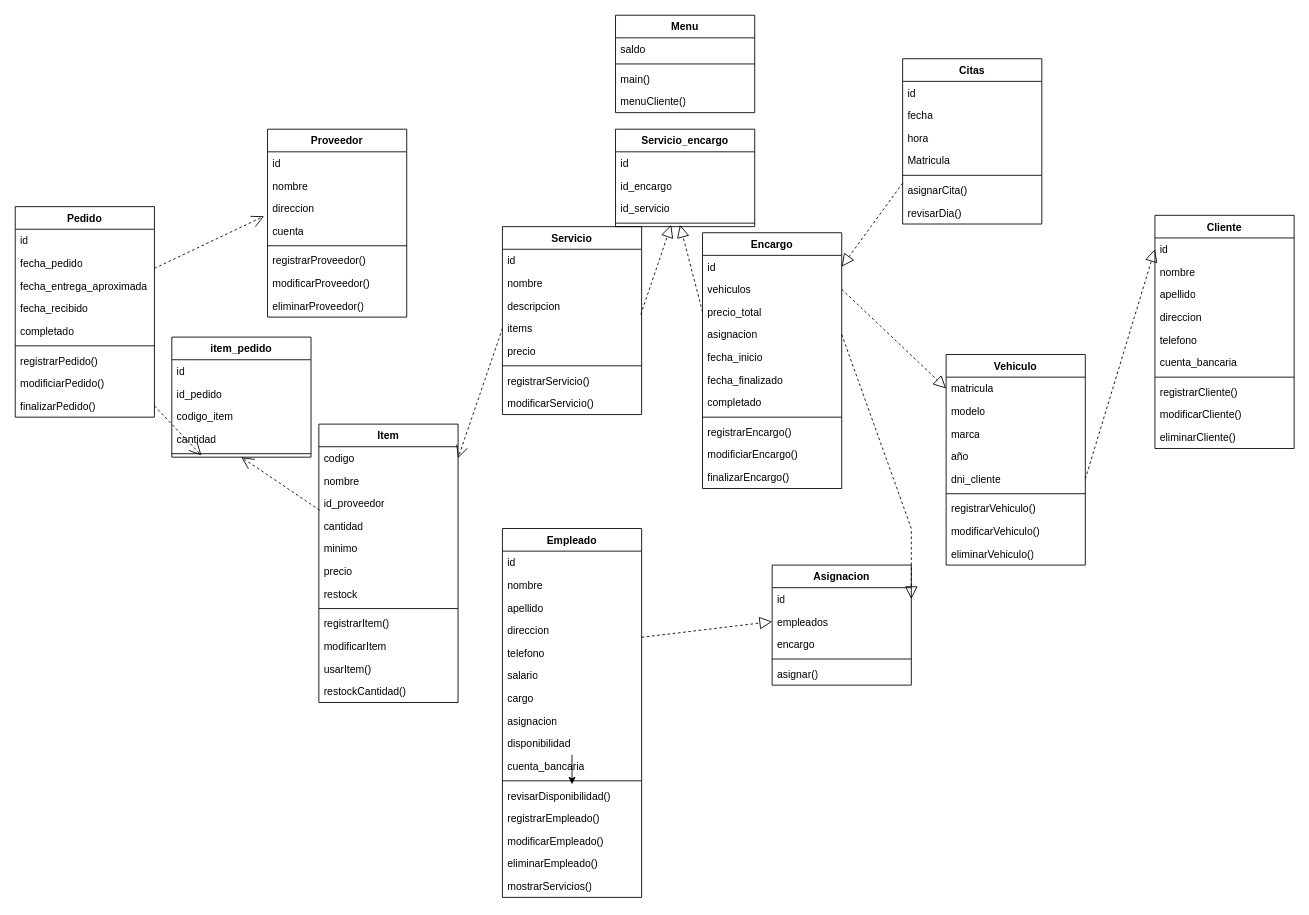
fabricio-cesur/Gestor-Taller keeps this draw.io diagram as DiagramaClases.drawio. Above is the earlier version. Source tidied: cells renumbered, new cells numbered last; positions are measured from the earlier drawing's top-left corner, leaving out a move shared by most shapes. Both pictures are drawn from the tidied source at 87%, with x=0, y=0 at pixel (15, 15).
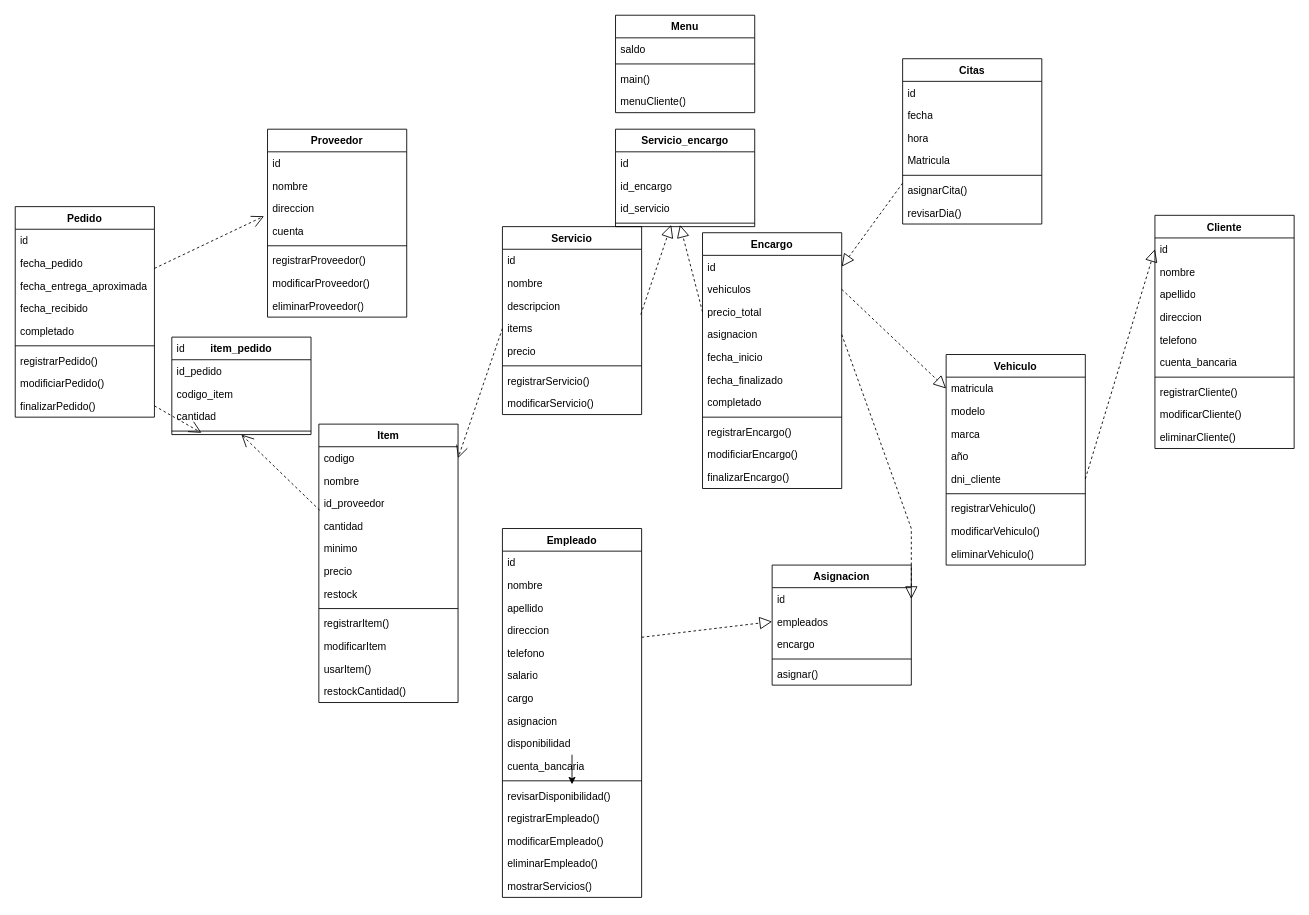
The same diagram, later.

Commit message (it also covers changes not shown here):
Modificacion base de datos

Change to the diagram source:
```diff
@@
     <mxCell id="126" value="item_pedido" style="swimlane;fontStyle=1;align=center;verticalAlign=top;horizontal=1;startSize=26;whiteSpace=wrap;html=1;" parent="1" vertex="1">
-      <mxGeometry x="180" y="370" width="160" height="138" as="geometry" />
+      <mxGeometry x="180" y="370" width="160" height="112" as="geometry" />
     </mxCell>
-    <mxCell id="127" value="id&lt;div&gt;&lt;br&gt;&lt;/div&gt;" style="text;strokeColor=none;fillColor=none;align=left;verticalAlign=top;spacingLeft=4;spacingRight=4;overflow=hidden;whiteSpace=wrap;html=1;" parent="126" vertex="1">
-      <mxGeometry y="26" width="160" height="26" as="geometry" />
-    </mxCell>
     <mxCell id="128" value="id_pedido" style="text;strokeColor=none;fillColor=none;align=left;verticalAlign=top;spacingLeft=4;spacingRight=4;overflow=hidden;whiteSpace=wrap;html=1;" parent="126" vertex="1">
-      <mxGeometry y="52" width="160" height="26" as="geometry" />
+      <mxGeometry y="26" width="160" height="26" as="geometry" />
     </mxCell>
     <mxCell id="129" value="codigo_item" style="text;strokeColor=none;fillColor=none;align=left;verticalAlign=top;spacingLeft=4;spacingRight=4;overflow=hidden;whiteSpace=wrap;html=1;" parent="126" vertex="1">
-      <mxGeometry y="78" width="160" height="26" as="geometry" />
+      <mxGeometry y="52" width="160" height="26" as="geometry" />
     </mxCell>
     <mxCell id="130" value="cantidad" style="text;strokeColor=none;fillColor=none;align=left;verticalAlign=top;spacingLeft=4;spacingRight=4;overflow=hidden;whiteSpace=wrap;html=1;" parent="126" vertex="1">
-      <mxGeometry y="104" width="160" height="26" as="geometry" />
+      <mxGeometry y="78" width="160" height="26" as="geometry" />
     </mxCell>
     <mxCell id="131" style="line;strokeWidth=1;fillColor=none;align=left;verticalAlign=middle;spacingTop=-1;spacingLeft=3;spacingRight=3;labelPosition=right;points=[];portConstraint=eastwest;strokeColor=inherit;" parent="126" vertex="1">
-      <mxGeometry y="130" width="160" height="8" as="geometry" />
+      <mxGeometry y="104" width="160" height="8" as="geometry" />
     </mxCell>
@@
+    <mxCell id="127" value="id&lt;div&gt;&lt;br&gt;&lt;/div&gt;" style="text;strokeColor=none;fillColor=none;align=left;verticalAlign=top;spacingLeft=4;spacingRight=4;overflow=hidden;whiteSpace=wrap;html=1;" parent="1" vertex="1">
+      <mxGeometry x="180" y="370" width="160" height="26" as="geometry" />
+    </mxCell>
```
